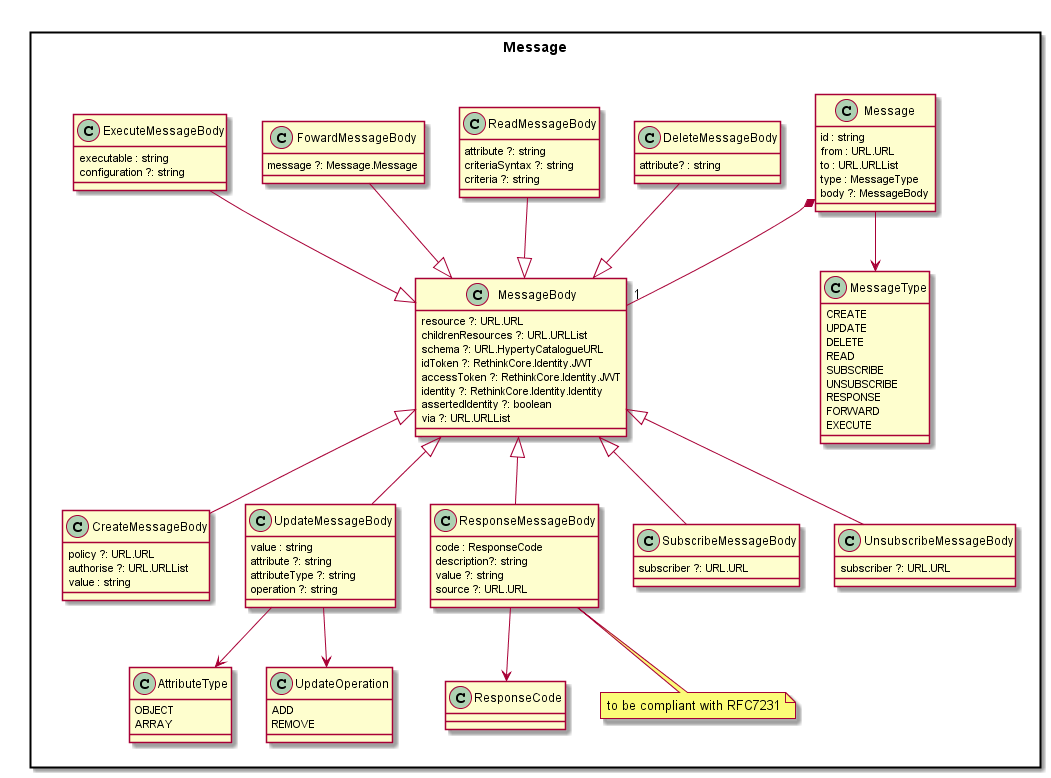
The PlantUML diagram docs/datamodel/Message-Data-Model.png in reTHINK-project/dev-service-framework, before a commit.
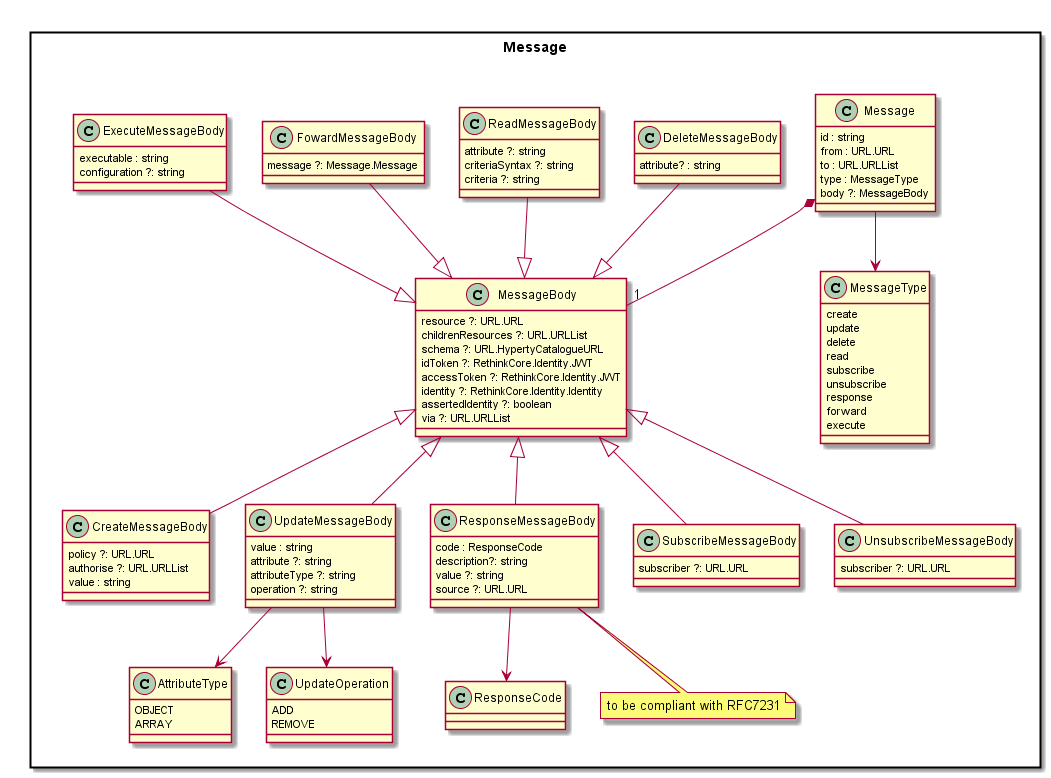
After the commit.

Commit message:
message.type updated to lower case as it is currently supported by the message factory

Change to the diagram source:
```diff
@@ -73,15 +73,15 @@
 	}
 
 	class MessageType {
-	  	CREATE
-	  	UPDATE
-	  	DELETE
-	  	READ
-	  	SUBSCRIBE
-	  	UNSUBSCRIBE
-	  	RESPONSE
-			FORWARD
-			EXECUTE
+			create
+			update
+			delete
+			read
+			subscribe
+			unsubscribe
+			response
+			forward
+			execute
 	}
 
 	class AttributeType {
```
